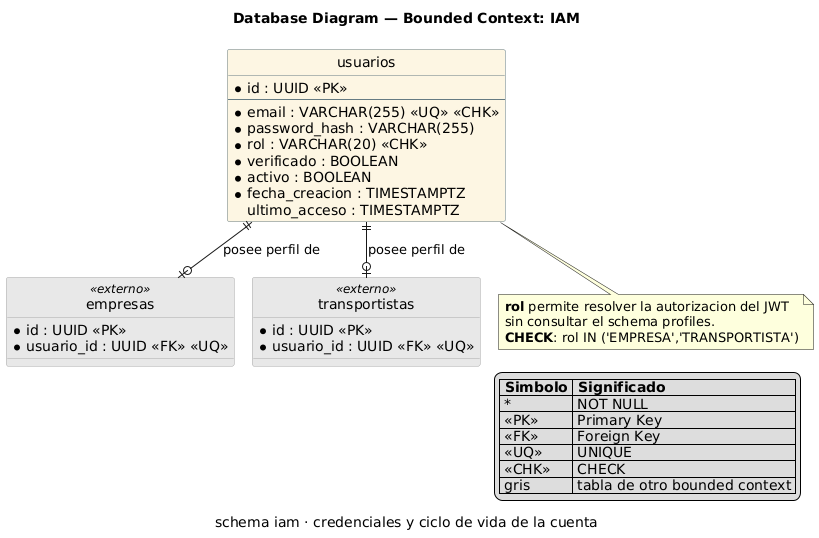
Above: assets/images/database/db-01-iam.png in Desarrollo-Open-Source-grupo-5/Loadmatch-report (PlantUML), before the change.
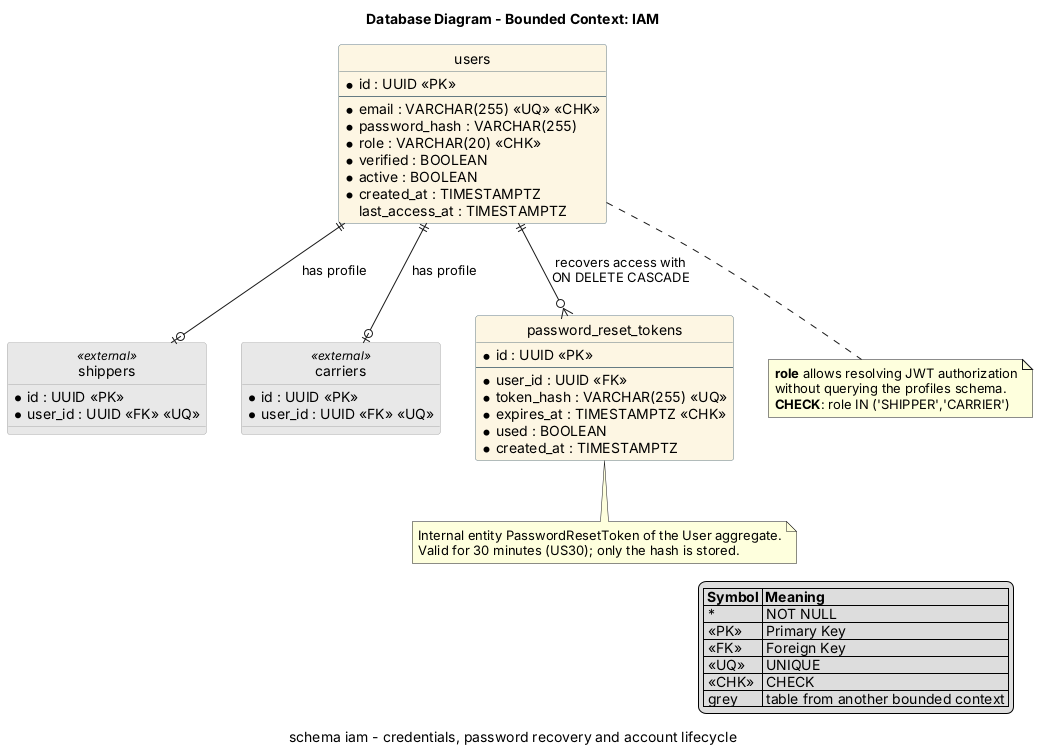
After the change.

Commit message:
docs(chapter4): update database diagrams and add notification schema

What changed in the source:
```diff
@@ -1,54 +1,68 @@
 @startuml db-01-iam
-!pragma layout smetana
 hide circle
-skinparam linetype ortho
 skinparam class {
     BackgroundColor #FDF6E3
     BorderColor #657B83
-    BackgroundColor<<externo>> #E8E8E8
-    BorderColor<<externo>> #AAAAAA
+    BackgroundColor<<external>> #E8E8E8
+    BorderColor<<external>> #AAAAAA
 }
-title Database Diagram — Bounded Context: IAM
-caption schema iam · credenciales y ciclo de vida de la cuenta
+title Database Diagram - Bounded Context: IAM
+caption schema iam - credentials, password recovery and account lifecycle
 
-entity "usuarios" as usuarios {
+entity "users" as users {
     * id : UUID <<PK>>
     --
     * email : VARCHAR(255) <<UQ>> <<CHK>>
     * password_hash : VARCHAR(255)
-    * rol : VARCHAR(20) <<CHK>>
-    * verificado : BOOLEAN
-    * activo : BOOLEAN
-    * fecha_creacion : TIMESTAMPTZ
-    ultimo_acceso : TIMESTAMPTZ
+    * role : VARCHAR(20) <<CHK>>
+    * verified : BOOLEAN
+    * active : BOOLEAN
+    * created_at : TIMESTAMPTZ
+    last_access_at : TIMESTAMPTZ
 }
 
-entity "empresas" as empresas <<externo>> {
+entity "shippers" as shippers <<external>> {
     * id : UUID <<PK>>
-    * usuario_id : UUID <<FK>> <<UQ>>
+    * user_id : UUID <<FK>> <<UQ>>
 }
 
-entity "transportistas" as transportistas <<externo>> {
+entity "carriers" as carriers <<external>> {
     * id : UUID <<PK>>
-    * usuario_id : UUID <<FK>> <<UQ>>
+    * user_id : UUID <<FK>> <<UQ>>
 }
 
-usuarios ||--o| empresas : "posee perfil de"
-usuarios ||--o| transportistas : "posee perfil de"
+entity "password_reset_tokens" as password_reset_tokens {
+    * id : UUID <<PK>>
+    --
+    * user_id : UUID <<FK>>
+    * token_hash : VARCHAR(255) <<UQ>>
+    * expires_at : TIMESTAMPTZ <<CHK>>
+    * used : BOOLEAN
+    * created_at : TIMESTAMPTZ
+}
 
-note bottom of usuarios
-  **rol** permite resolver la autorizacion del JWT
-  sin consultar el schema profiles.
-  **CHECK**: rol IN ('EMPRESA','TRANSPORTISTA')
+users ||--o| shippers : "has profile"
+users ||--o| carriers : "has profile"
+users ||--o{ password_reset_tokens : "recovers access with\nON DELETE CASCADE"
+
+note bottom of password_reset_tokens
+  Internal entity PasswordResetToken of the User aggregate.
+  Valid for 30 minutes (US30); only the hash is stored.
+end note
+
+note bottom of users
+  **role** allows resolving JWT authorization
+  without querying the profiles schema.
+  **CHECK**: role IN ('SHIPPER','CARRIER')
 end note
 
 legend right
-  |= Simbolo |= Significado |
+  |= Symbol |= Meaning |
   | * | NOT NULL |
   | <<PK>> | Primary Key |
   | <<FK>> | Foreign Key |
   | <<UQ>> | UNIQUE |
   | <<CHK>> | CHECK |
-  | gris | tabla de otro bounded context |
+  | grey | table from another bounded context |
 endlegend
 @enduml
```
